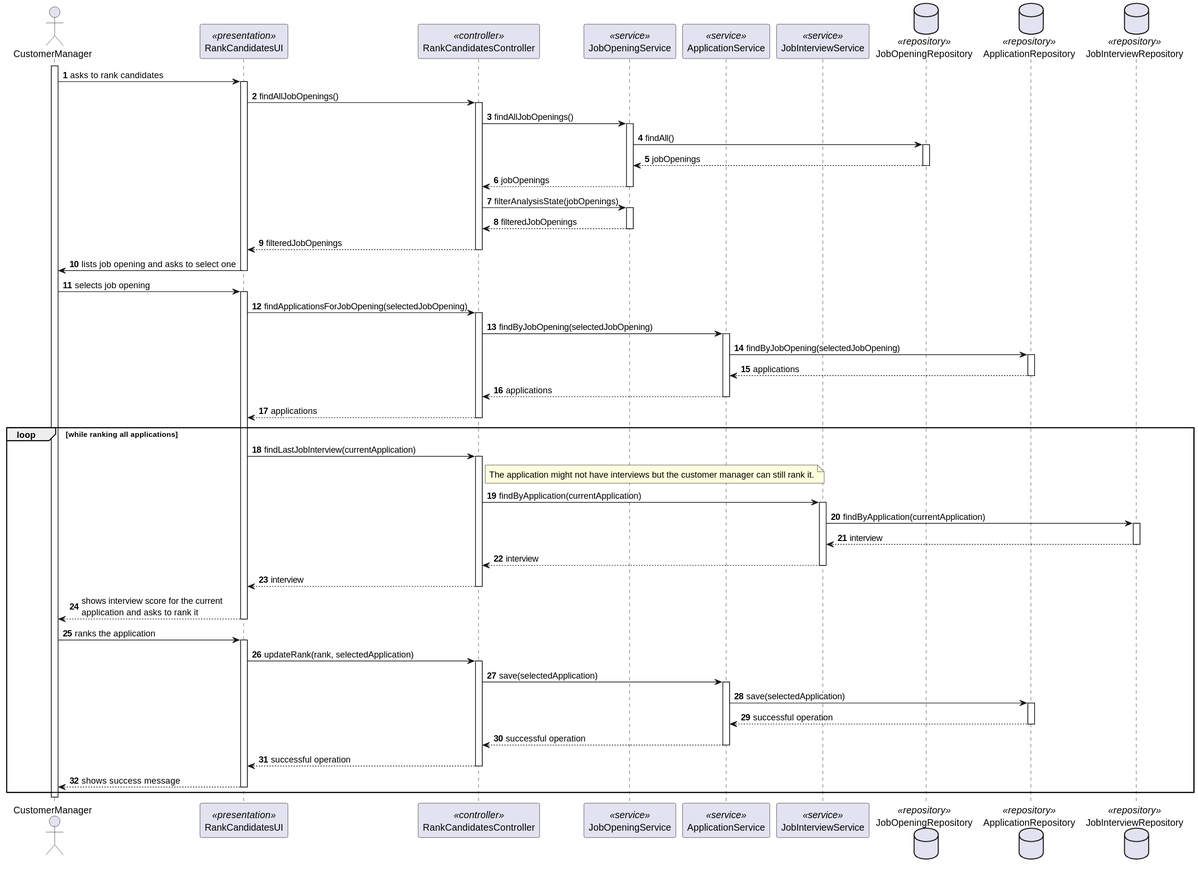
MiguelCardoso77/LAPR4 keeps this PlantUML diagram as docs/SprintC/rank-candidates-for-job-opening/sequence-diagram.svg. Above is the earlier version.
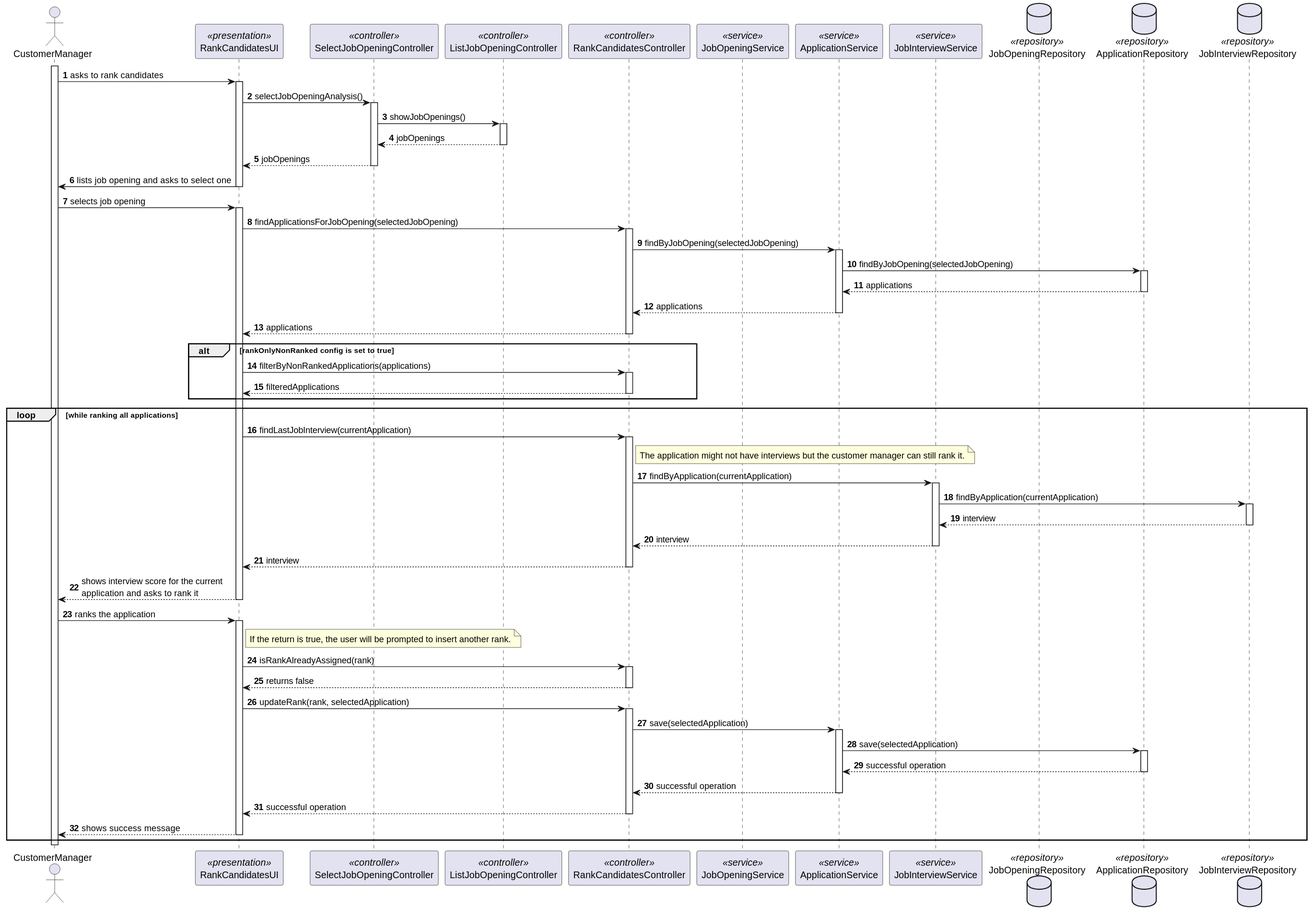
The same file after the commit.

Commit message:
Final changes to sequence diagram #25

The edit, as a diff of the source:
```diff
@@ -4,6 +4,8 @@
 actor CustomerManager
 
 participant RankCandidatesUI <<presentation>>
+participant SelectJobOpeningController <<controller>>
+participant ListJobOpeningController <<controller>>
 participant RankCandidatesController <<controller>>
 
 participant JobOpeningService <<service>>
@@ -19,29 +21,17 @@
     CustomerManager -> RankCandidatesUI : asks to rank candidates
     activate RankCandidatesUI
 
-        RankCandidatesUI -> RankCandidatesController : findAllJobOpenings()
-        activate RankCandidatesController
+        RankCandidatesUI -> SelectJobOpeningController : selectJobOpeningAnalysis()
+        activate SelectJobOpeningController
 
-            RankCandidatesController -> JobOpeningService : findAllJobOpenings()
-            activate JobOpeningService
+            SelectJobOpeningController -> ListJobOpeningController : showJobOpenings()
+            activate ListJobOpeningController
 
-                 JobOpeningService -> JobOpeningRepository : findAll()
-                 activate JobOpeningRepository
+                ListJobOpeningController --> SelectJobOpeningController : jobOpenings
+            deactivate ListJobOpeningController
 
-                     JobOpeningRepository --> JobOpeningService : jobOpenings
-                 deactivate JobOpeningRepository
-
-                JobOpeningService --> RankCandidatesController : jobOpenings
-            deactivate JobOpeningService
-
-            RankCandidatesController -> JobOpeningService : filterAnalysisState(jobOpenings)
-            activate JobOpeningService
-
-                    JobOpeningService --> RankCandidatesController : filteredJobOpenings
-            deactivate JobOpeningService
-
-            RankCandidatesController --> RankCandidatesUI : filteredJobOpenings
-        deactivate RankCandidatesController
+            SelectJobOpeningController --> RankCandidatesUI : jobOpenings
+        deactivate SelectJobOpeningController
 
         RankCandidatesUI -> CustomerManager : lists job opening and asks to select one
     deactivate RankCandidatesUI
@@ -66,6 +56,14 @@
 
             RankCandidatesController --> RankCandidatesUI : applications
         deactivate RankCandidatesController
+
+alt rankOnlyNonRanked config is set to true
+        RankCandidatesUI -> RankCandidatesController : filterByNonRankedApplications(applications)
+        activate RankCandidatesController
+
+            RankCandidatesController --> RankCandidatesUI : filteredApplications
+        deactivate RankCandidatesController
+end alt
 
 loop while ranking all applications
 
@@ -96,6 +94,16 @@
     CustomerManager -> RankCandidatesUI : ranks the application
     activate RankCandidatesUI
 
+note right of RankCandidatesUI
+If the return is true, the user will be prompted to insert another rank.
+end note
+
+        RankCandidatesUI -> RankCandidatesController : isRankAlreadyAssigned(rank)
+        activate RankCandidatesController
+
+            RankCandidatesController --> RankCandidatesUI : returns false
+        deactivate RankCandidatesController
+
         RankCandidatesUI -> RankCandidatesController : updateRank(rank, selectedApplication)
         activate RankCandidatesController
 
```
